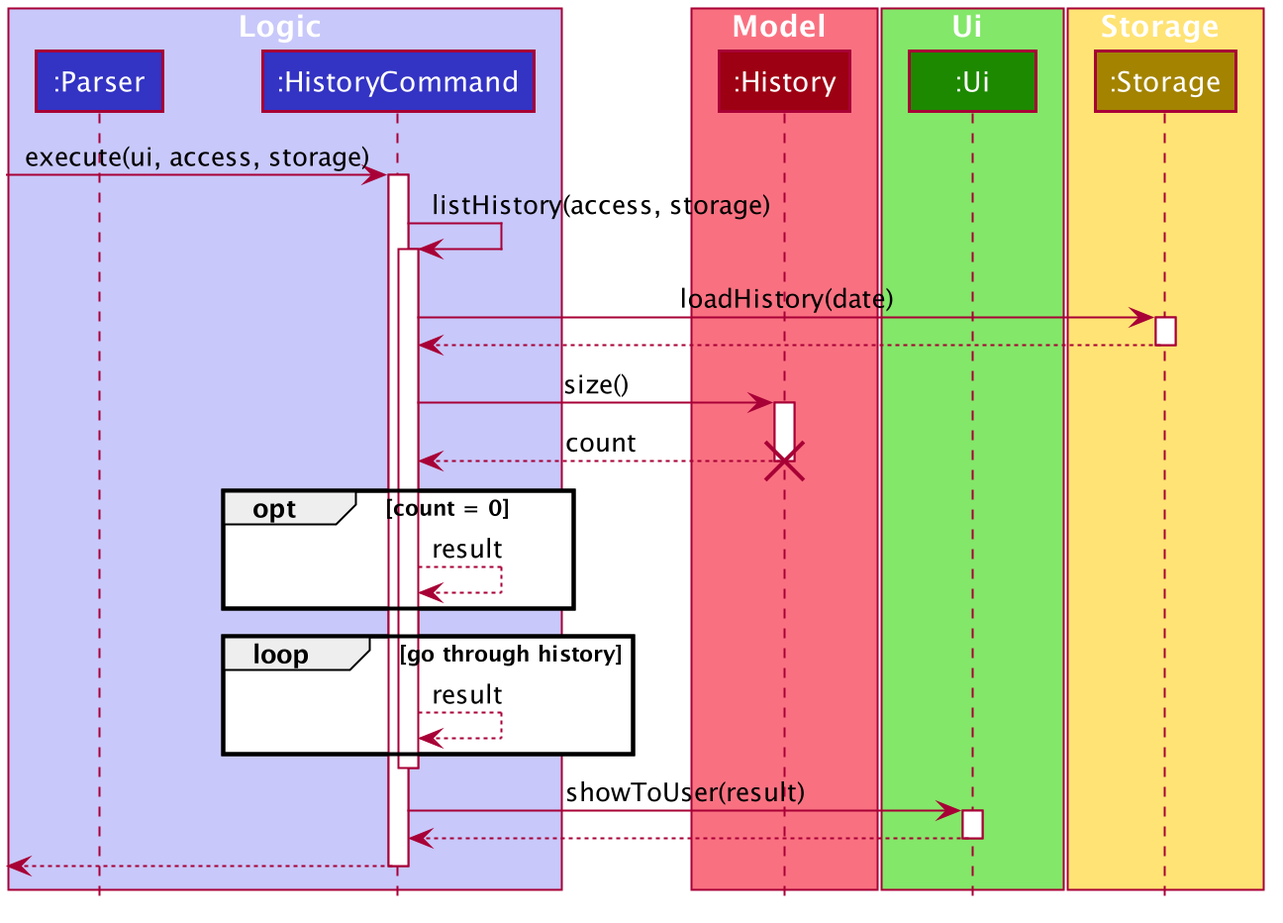
Before: docs/UML/listhistory_seq_diagram.png, a diagram exported from PlantUML (nus-cs2113-AY2021S1/tp).
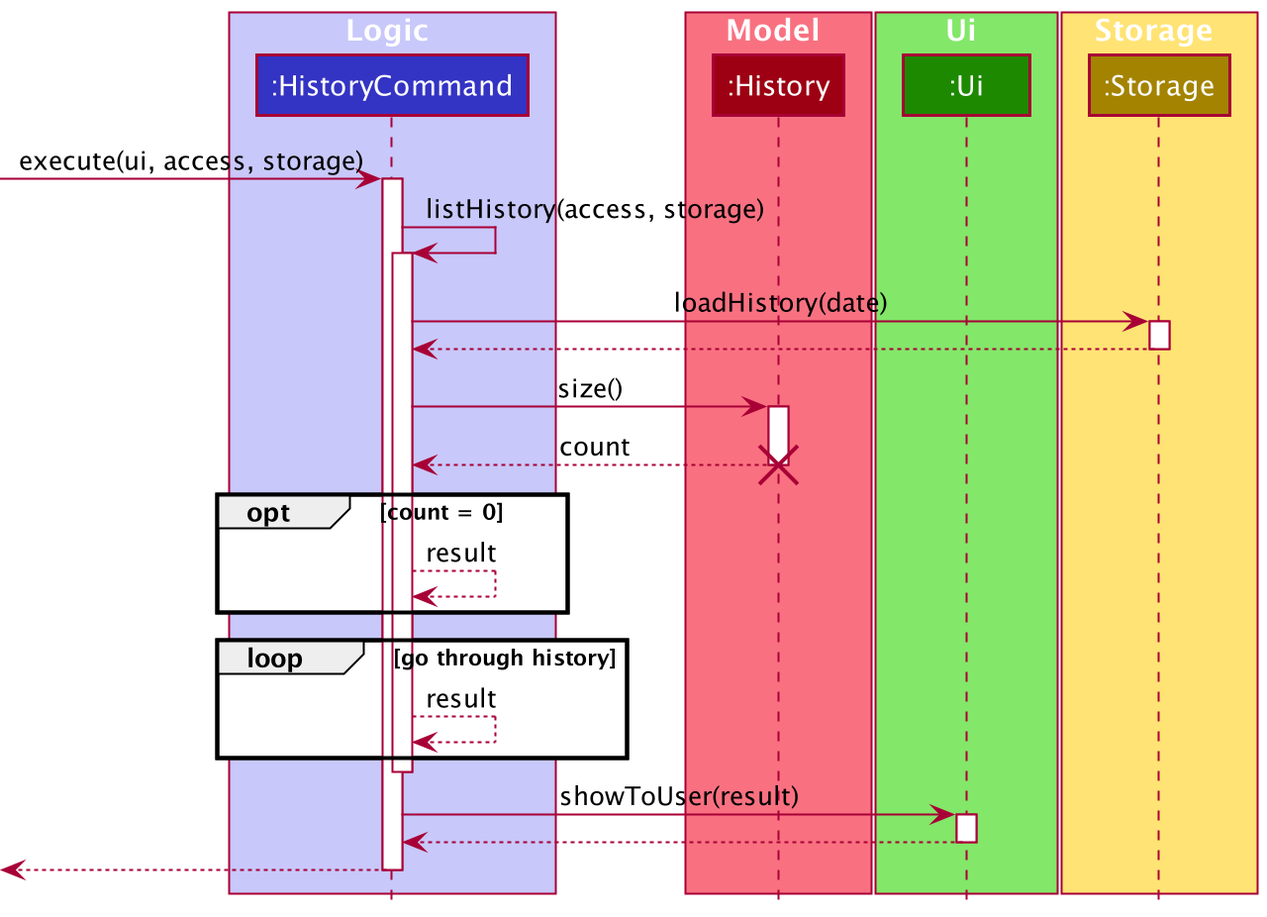
After the change.

Change to the diagram source:
```diff
@@ -1,68 +1,20 @@
 @startuml
+!include style.puml
 
-
-
-
-
-
-
-
-skinparam BackgroundColor #FFFFFFF
-
-skinparam Shadowing false
-
-skinparam Class {
-    FontColor #FFFFFF
-    BorderThickness 1
-    BorderColor #FFFFFF
-    StereotypeFontColor #FFFFFF
-    FontName Arial
-}
-
-skinparam Actor {
-    BorderColor #000000
-    Color #000000
-    FontName Arial
-}
-
-skinparam Sequence {
-    MessageAlign center
-    BoxFontSize 15
-    BoxPadding 0
-    BoxFontColor #FFFFFF
-    FontName Arial
-}
-
-skinparam Participant {
-    FontColor #FFFFFFF
-    Padding 20
-}
-
-skinparam MinClassWidth 50
-skinparam ParticipantPadding 10
-skinparam Shadowing false
-skinparam DefaultTextAlignment center
-skinparam packageStyle Rectangle
-
-hide footbox
-hide members
-hide circle
-
-box Logic #C8C8FA
-participant ":Parser" as Parser #3333C4
-participant ":HistoryCommand" as HistoryCommand #3333C4
+box Logic LOGIC_COLOR_T1
+participant ":HistoryCommand" as HistoryCommand LOGIC_COLOR
 end box
 
-box Model #F97181
-participant ":History" as History #9D0012
+box Model MODEL_COLOR_T1
+participant ":History" as History MODEL_COLOR
 end box
 
-box Ui #83E769
-participant ":Ui" as Ui #1D8900
+box Ui UI_COLOR_T1
+participant ":Ui" as Ui UI_COLOR
 end box
 
-box Storage #FFE374
-participant ":Storage" as Storage #A38300
+box Storage STORAGE_COLOR_T1
+participant ":Storage" as Storage STORAGE_COLOR
 end box
 
 [-> HistoryCommand : execute(ui, access, storage)
```
